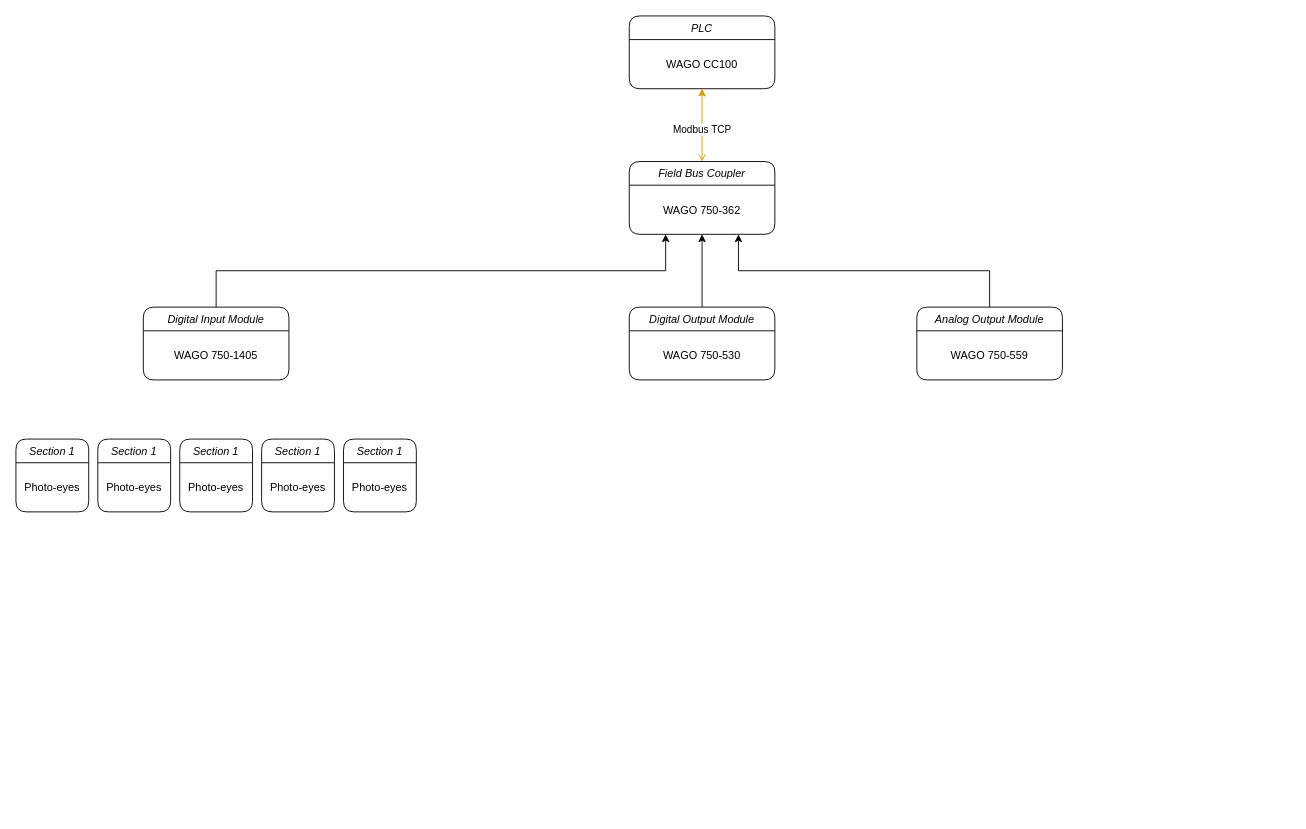
bactran1/AMZ-FlowControl keeps this draw.io diagram as Untitled Diagram.drawio. Above is the earlier version. Source tidied: cells renumbered, new cells numbered last; positions are measured from the earlier drawing's top-left corner, leaving out a move shared by most shapes. Both pictures are drawn from the tidied source at 91%, with x=0, y=0 at pixel (15, 15).
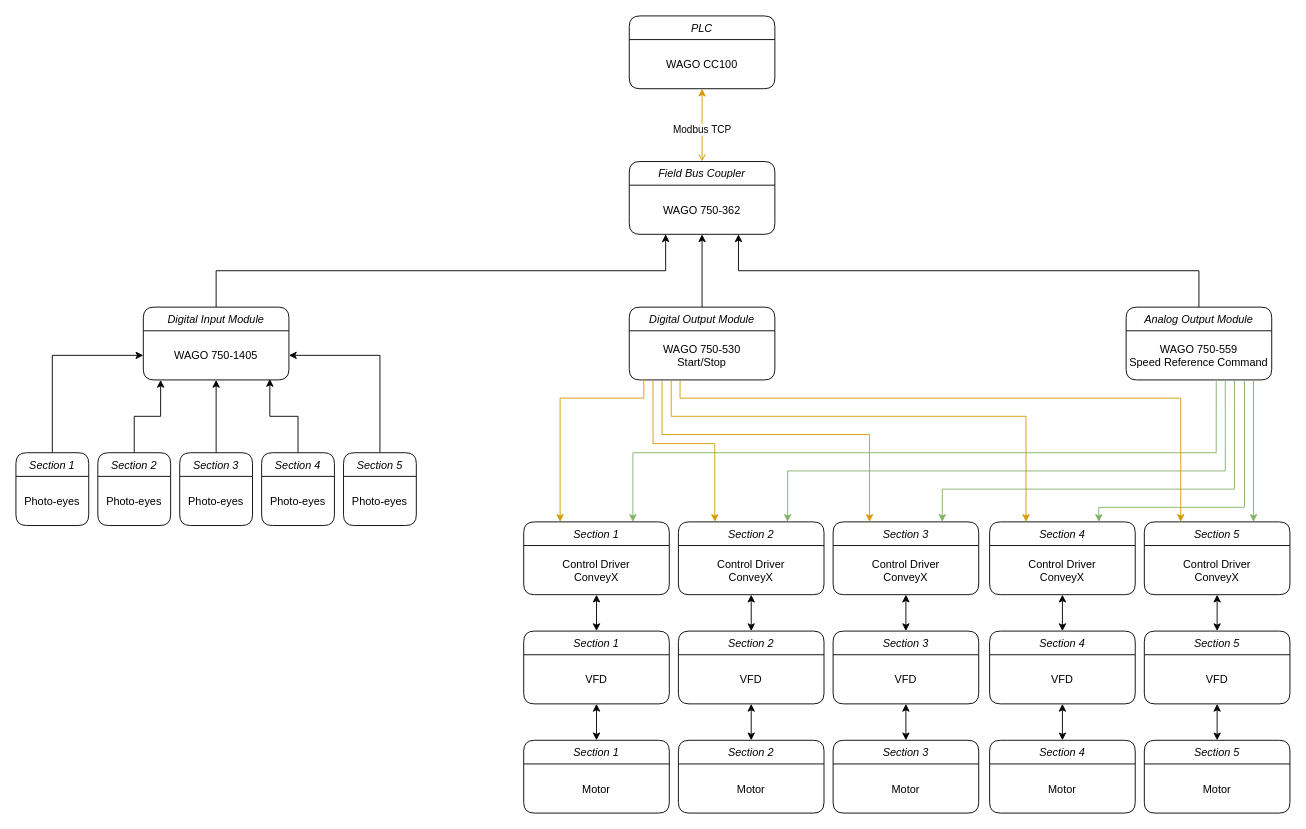
The same page after the edit.

The change refers to these unchanged cells:
```xml
<mxCell id="11" value="WAGO 750-1405" style="text;align=center;verticalAlign=middle;spacingLeft=4;spacingRight=4;overflow=hidden;points=[[0,0.5],[1,0.5]];portConstraint=eastwest;rounded=0;shadow=0;html=0;" parent="10" vertex="1">
  <mxGeometry y="26" width="160" height="54" as="geometry" />
</mxCell>
<mxCell id="13" value="Digital Output Module" style="swimlane;fontStyle=2;align=center;verticalAlign=top;horizontal=1;startSize=26;rounded=1;shadow=0;strokeWidth=1;" parent="1" vertex="1">
  <mxGeometry x="674" y="320" width="160" height="80" as="geometry" />
</mxCell>
```

The edit, as a diff of the source:
```diff
@@
-    <mxCell id="14" value="WAGO 750-530" style="text;align=center;verticalAlign=middle;spacingLeft=4;spacingRight=4;overflow=hidden;points=[[0,0.5],[1,0.5]];portConstraint=eastwest;rounded=0;shadow=0;html=0;" parent="13" vertex="1">
+    <mxCell id="14" value="WAGO 750-530&#10;Start/Stop" style="text;align=center;verticalAlign=middle;spacingLeft=4;spacingRight=4;overflow=hidden;points=[[0,0.5],[1,0.5]];portConstraint=eastwest;rounded=0;shadow=0;html=0;" parent="13" vertex="1">
       <mxGeometry y="26" width="160" height="54" as="geometry" />
     </mxCell>
@@
     <mxCell id="16" value="Analog Output Module" style="swimlane;fontStyle=2;align=center;verticalAlign=top;horizontal=1;startSize=26;rounded=1;shadow=0;strokeWidth=1;" parent="1" vertex="1">
-      <mxGeometry x="990" y="320" width="160" height="80" as="geometry" />
+      <mxGeometry x="1220" y="320" width="160" height="80" as="geometry" />
     </mxCell>
-    <mxCell id="17" value="WAGO 750-559" style="text;align=center;verticalAlign=middle;spacingLeft=4;spacingRight=4;overflow=hidden;points=[[0,0.5],[1,0.5]];portConstraint=eastwest;rounded=0;shadow=0;html=0;" parent="16" vertex="1">
+    <mxCell id="17" value="WAGO 750-559&#10;Speed Reference Command" style="text;align=center;verticalAlign=middle;spacingLeft=4;spacingRight=4;overflow=hidden;points=[[0,0.5],[1,0.5]];portConstraint=eastwest;rounded=0;shadow=0;html=0;" parent="16" vertex="1">
       <mxGeometry y="26" width="160" height="54" as="geometry" />
     </mxCell>
+    <mxCell id="28" style="edgeStyle=orthogonalEdgeStyle;rounded=0;jettySize=auto;html=1;exitX=0.5;exitY=0;exitDx=0;exitDy=0;entryX=0;entryY=0.5;entryDx=0;entryDy=0;" parent="1" edge="1" source="18" target="11">
+      <mxGeometry relative="1" as="geometry" />
+    </mxCell>
     <mxCell id="18" value="Section 1" style="swimlane;fontStyle=2;align=center;verticalAlign=top;horizontal=1;startSize=26;rounded=1;shadow=0;strokeWidth=1;" parent="1" vertex="1">
-      <mxGeometry y="465" width="80" height="80" as="geometry" />
+      <mxGeometry y="480" width="80" height="80" as="geometry" />
     </mxCell>
@@
+    <mxCell id="29" style="edgeStyle=orthogonalEdgeStyle;rounded=0;jettySize=auto;html=1;exitX=0.5;exitY=0;exitDx=0;exitDy=0;entryX=0.119;entryY=1;entryDx=0;entryDy=0;entryPerimeter=0;" parent="1" edge="1" source="20" target="11">
+      <mxGeometry relative="1" as="geometry" />
+    </mxCell>
-    <mxCell id="20" value="Section 1" style="swimlane;fontStyle=2;align=center;verticalAlign=top;horizontal=1;startSize=26;rounded=1;shadow=0;strokeWidth=1;" parent="1" vertex="1">
-      <mxGeometry x="90" y="465" width="80" height="80" as="geometry" />
+    <mxCell id="20" value="Section 2" style="swimlane;fontStyle=2;align=center;verticalAlign=top;horizontal=1;startSize=26;rounded=1;shadow=0;strokeWidth=1;" parent="1" vertex="1">
+      <mxGeometry x="90" y="480" width="80" height="80" as="geometry" />
     </mxCell>
@@
+    <mxCell id="30" style="edgeStyle=orthogonalEdgeStyle;rounded=0;jettySize=auto;html=1;exitX=0.5;exitY=0;exitDx=0;exitDy=0;entryX=0.5;entryY=1;entryDx=0;entryDy=0;entryPerimeter=0;" parent="1" edge="1" source="22" target="11">
+      <mxGeometry relative="1" as="geometry" />
+    </mxCell>
-    <mxCell id="22" value="Section 1" style="swimlane;fontStyle=2;align=center;verticalAlign=top;horizontal=1;startSize=26;rounded=1;shadow=0;strokeWidth=1;" parent="1" vertex="1">
-      <mxGeometry x="180" y="465" width="80" height="80" as="geometry" />
+    <mxCell id="22" value="Section 3" style="swimlane;fontStyle=2;align=center;verticalAlign=top;horizontal=1;startSize=26;rounded=1;shadow=0;strokeWidth=1;" parent="1" vertex="1">
+      <mxGeometry x="180" y="480" width="80" height="80" as="geometry" />
     </mxCell>
@@
+    <mxCell id="31" style="edgeStyle=orthogonalEdgeStyle;rounded=0;jettySize=auto;html=1;exitX=0.5;exitY=0;exitDx=0;exitDy=0;entryX=0.869;entryY=0.981;entryDx=0;entryDy=0;entryPerimeter=0;" parent="1" edge="1" source="24" target="11">
+      <mxGeometry relative="1" as="geometry">
+        <Array as="points">
+          <mxPoint x="310" y="440" />
+          <mxPoint x="279" y="440" />
+        </Array>
+      </mxGeometry>
+    </mxCell>
-    <mxCell id="24" value="Section 1" style="swimlane;fontStyle=2;align=center;verticalAlign=top;horizontal=1;startSize=26;rounded=1;shadow=0;strokeWidth=1;" parent="1" vertex="1">
-      <mxGeometry x="270" y="465" width="80" height="80" as="geometry" />
+    <mxCell id="24" value="Section 4" style="swimlane;fontStyle=2;align=center;verticalAlign=top;horizontal=1;startSize=26;rounded=1;shadow=0;strokeWidth=1;" parent="1" vertex="1">
+      <mxGeometry x="270" y="480" width="80" height="80" as="geometry" />
     </mxCell>
@@
+    <mxCell id="32" style="edgeStyle=orthogonalEdgeStyle;rounded=0;jettySize=auto;html=1;exitX=0.5;exitY=0;exitDx=0;exitDy=0;entryX=1;entryY=0.5;entryDx=0;entryDy=0;" parent="1" edge="1" source="26" target="11">
+      <mxGeometry relative="1" as="geometry" />
+    </mxCell>
-    <mxCell id="26" value="Section 1" style="swimlane;fontStyle=2;align=center;verticalAlign=top;horizontal=1;startSize=26;rounded=1;shadow=0;strokeWidth=1;" parent="1" vertex="1">
-      <mxGeometry x="360" y="465" width="80" height="80" as="geometry" />
+    <mxCell id="26" value="Section 5" style="swimlane;fontStyle=2;align=center;verticalAlign=top;horizontal=1;startSize=26;rounded=1;shadow=0;strokeWidth=1;" parent="1" vertex="1">
+      <mxGeometry x="360" y="480" width="80" height="80" as="geometry" />
     </mxCell>
@@
+    <mxCell id="33" style="edgeStyle=orthogonalEdgeStyle;rounded=0;jettySize=auto;html=1;exitX=0.75;exitY=0;exitDx=0;exitDy=0;entryX=0.619;entryY=0.981;entryDx=0;entryDy=0;entryPerimeter=0;startArrow=classic;startFill=1;endArrow=none;endFill=0;fillColor=#d5e8d4;strokeColor=#82b366;" parent="1" edge="1" source="35" target="17">
+      <mxGeometry relative="1" as="geometry">
+        <Array as="points">
+          <mxPoint x="678" y="480" />
+          <mxPoint x="1319" y="480" />
+        </Array>
+      </mxGeometry>
+    </mxCell>
+    <mxCell id="34" style="edgeStyle=orthogonalEdgeStyle;rounded=0;jettySize=auto;html=1;exitX=0.25;exitY=0;exitDx=0;exitDy=0;entryX=0.081;entryY=1;entryDx=0;entryDy=0;entryPerimeter=0;startArrow=classic;startFill=1;endArrow=none;endFill=0;fillColor=#ffe6cc;strokeColor=#d79b00;" parent="1" edge="1" source="35" target="14">
+      <mxGeometry relative="1" as="geometry">
+        <Array as="points">
+          <mxPoint x="598" y="420" />
+          <mxPoint x="690" y="420" />
+          <mxPoint x="690" y="400" />
+        </Array>
+      </mxGeometry>
+    </mxCell>
+    <mxCell id="35" value="Section 1" style="swimlane;fontStyle=2;align=center;verticalAlign=top;horizontal=1;startSize=26;rounded=1;shadow=0;strokeWidth=1;" parent="1" vertex="1">
+      <mxGeometry x="558" y="556" width="160" height="80" as="geometry" />
+    </mxCell>
+    <mxCell id="36" value="Control Driver&#10;ConveyX" style="text;align=center;verticalAlign=middle;spacingLeft=4;spacingRight=4;overflow=hidden;rounded=0;shadow=0;html=0;" parent="35" vertex="1">
+      <mxGeometry y="26" width="160" height="54" as="geometry" />
+    </mxCell>
+    <mxCell id="37" style="edgeStyle=orthogonalEdgeStyle;rounded=0;jettySize=auto;html=1;exitX=0.75;exitY=0;exitDx=0;exitDy=0;entryX=0.681;entryY=1.019;entryDx=0;entryDy=0;entryPerimeter=0;startArrow=classic;startFill=1;endArrow=none;endFill=0;fillColor=#d5e8d4;strokeColor=#82b366;" parent="1" edge="1" source="39" target="17">
+      <mxGeometry relative="1" as="geometry">
+        <Array as="points">
+          <mxPoint x="848" y="500" />
+          <mxPoint x="1329" y="500" />
+        </Array>
+      </mxGeometry>
+    </mxCell>
+    <mxCell id="38" style="edgeStyle=orthogonalEdgeStyle;rounded=0;jettySize=auto;html=1;exitX=0.25;exitY=0;exitDx=0;exitDy=0;entryX=0.163;entryY=1;entryDx=0;entryDy=0;entryPerimeter=0;startArrow=classic;startFill=1;endArrow=none;endFill=0;fillColor=#ffe6cc;strokeColor=#d79b00;" parent="1" edge="1" source="39" target="14">
+      <mxGeometry relative="1" as="geometry">
+        <Array as="points">
+          <mxPoint x="768" y="470" />
+          <mxPoint x="700" y="470" />
+        </Array>
+      </mxGeometry>
+    </mxCell>
+    <mxCell id="39" value="Section 2" style="swimlane;fontStyle=2;align=center;verticalAlign=top;horizontal=1;startSize=26;rounded=1;shadow=0;strokeWidth=1;" parent="1" vertex="1">
+      <mxGeometry x="728" y="556" width="160" height="80" as="geometry" />
+    </mxCell>
+    <mxCell id="40" value="Control Driver&#10;ConveyX" style="text;align=center;verticalAlign=middle;spacingLeft=4;spacingRight=4;overflow=hidden;rounded=0;shadow=0;html=0;" parent="39" vertex="1">
+      <mxGeometry y="26" width="160" height="54" as="geometry" />
+    </mxCell>
+    <mxCell id="41" style="edgeStyle=orthogonalEdgeStyle;rounded=0;jettySize=auto;html=1;exitX=0.75;exitY=0;exitDx=0;exitDy=0;entryX=0.744;entryY=1;entryDx=0;entryDy=0;entryPerimeter=0;startArrow=classic;startFill=1;endArrow=none;endFill=0;fillColor=#d5e8d4;strokeColor=#82b366;" parent="1" edge="1" source="43" target="17">
+      <mxGeometry relative="1" as="geometry">
+        <Array as="points">
+          <mxPoint x="1018" y="520" />
+          <mxPoint x="1339" y="520" />
+        </Array>
+      </mxGeometry>
+    </mxCell>
+    <mxCell id="42" style="edgeStyle=orthogonalEdgeStyle;rounded=0;jettySize=auto;html=1;exitX=0.25;exitY=0;exitDx=0;exitDy=0;entryX=0.225;entryY=1.019;entryDx=0;entryDy=0;entryPerimeter=0;startArrow=classic;startFill=1;endArrow=none;endFill=0;fillColor=#ffe6cc;strokeColor=#d79b00;" parent="1" edge="1" source="43" target="14">
+      <mxGeometry relative="1" as="geometry">
+        <Array as="points">
+          <mxPoint x="938" y="460" />
+          <mxPoint x="710" y="460" />
+        </Array>
+      </mxGeometry>
+    </mxCell>
+    <mxCell id="43" value="Section 3" style="swimlane;fontStyle=2;align=center;verticalAlign=top;horizontal=1;startSize=26;rounded=1;shadow=0;strokeWidth=1;" parent="1" vertex="1">
+      <mxGeometry x="898" y="556" width="160" height="80" as="geometry" />
+    </mxCell>
+    <mxCell id="44" value="Control Driver&#10;ConveyX" style="text;align=center;verticalAlign=middle;spacingLeft=4;spacingRight=4;overflow=hidden;rounded=0;shadow=0;html=0;" parent="43" vertex="1">
+      <mxGeometry y="26" width="160" height="54" as="geometry" />
+    </mxCell>
+    <mxCell id="45" style="edgeStyle=orthogonalEdgeStyle;rounded=0;jettySize=auto;html=1;exitX=0.75;exitY=0;exitDx=0;exitDy=0;entryX=0.813;entryY=1.019;entryDx=0;entryDy=0;entryPerimeter=0;startArrow=classic;startFill=1;endArrow=none;endFill=0;fillColor=#d5e8d4;strokeColor=#82b366;" parent="1" edge="1" source="47" target="17">
+      <mxGeometry relative="1" as="geometry">
+        <Array as="points">
+          <mxPoint x="1190" y="540" />
+          <mxPoint x="1350" y="540" />
+        </Array>
+      </mxGeometry>
+    </mxCell>
+    <mxCell id="46" style="edgeStyle=orthogonalEdgeStyle;rounded=0;jettySize=auto;html=1;exitX=0.25;exitY=0;exitDx=0;exitDy=0;entryX=0.288;entryY=1.019;entryDx=0;entryDy=0;entryPerimeter=0;startArrow=classic;startFill=1;endArrow=none;endFill=0;fillColor=#ffe6cc;strokeColor=#d79b00;" parent="1" edge="1" source="47" target="14">
+      <mxGeometry relative="1" as="geometry">
+        <Array as="points">
+          <mxPoint x="1110" y="440" />
+          <mxPoint x="720" y="440" />
+        </Array>
+      </mxGeometry>
+    </mxCell>
+    <mxCell id="47" value="Section 4" style="swimlane;fontStyle=2;align=center;verticalAlign=top;horizontal=1;startSize=26;rounded=1;shadow=0;strokeWidth=1;" parent="1" vertex="1">
+      <mxGeometry x="1070" y="556" width="160" height="80" as="geometry" />
+    </mxCell>
+    <mxCell id="48" value="Control Driver&#10;ConveyX" style="text;align=center;verticalAlign=middle;spacingLeft=4;spacingRight=4;overflow=hidden;rounded=0;shadow=0;html=0;" parent="47" vertex="1">
+      <mxGeometry y="26" width="160" height="54" as="geometry" />
+    </mxCell>
+    <mxCell id="49" style="edgeStyle=orthogonalEdgeStyle;rounded=0;jettySize=auto;html=1;exitX=0.75;exitY=0;exitDx=0;exitDy=0;entryX=0.875;entryY=1.019;entryDx=0;entryDy=0;entryPerimeter=0;startArrow=classic;startFill=1;endArrow=none;endFill=0;fillColor=#d5e8d4;strokeColor=#82b366;" parent="1" edge="1" source="51" target="17">
+      <mxGeometry relative="1" as="geometry" />
+    </mxCell>
+    <mxCell id="50" style="edgeStyle=orthogonalEdgeStyle;rounded=0;jettySize=auto;html=1;exitX=0.25;exitY=0;exitDx=0;exitDy=0;entryX=0.349;entryY=1.019;entryDx=0;entryDy=0;entryPerimeter=0;startArrow=classic;startFill=1;endArrow=none;endFill=0;fillColor=#ffe6cc;strokeColor=#d79b00;" parent="1" edge="1" source="51" target="14">
+      <mxGeometry relative="1" as="geometry">
+        <Array as="points">
+          <mxPoint x="1280" y="420" />
+          <mxPoint x="730" y="420" />
+        </Array>
+      </mxGeometry>
+    </mxCell>
+    <mxCell id="51" value="Section 5" style="swimlane;fontStyle=2;align=center;verticalAlign=top;horizontal=1;startSize=26;rounded=1;shadow=0;strokeWidth=1;" parent="1" vertex="1">
+      <mxGeometry x="1240" y="556" width="160" height="80" as="geometry" />
+    </mxCell>
+    <mxCell id="52" value="Control Driver&#10;ConveyX" style="text;align=center;verticalAlign=middle;spacingLeft=4;spacingRight=4;overflow=hidden;rounded=0;shadow=0;html=0;" parent="51" vertex="1">
+      <mxGeometry y="26" width="160" height="54" as="geometry" />
+    </mxCell>
+    <mxCell id="53" style="edgeStyle=orthogonalEdgeStyle;rounded=0;jettySize=auto;html=1;exitX=0.5;exitY=0;exitDx=0;exitDy=0;startArrow=classic;startFill=1;" parent="1" edge="1" source="54" target="35">
+      <mxGeometry relative="1" as="geometry" />
+    </mxCell>
+    <mxCell id="54" value="Section 1" style="swimlane;fontStyle=2;align=center;verticalAlign=top;horizontal=1;startSize=26;rounded=1;shadow=0;strokeWidth=1;" parent="1" vertex="1">
+      <mxGeometry x="558" y="676" width="160" height="80" as="geometry" />
+    </mxCell>
+    <mxCell id="55" value="VFD" style="text;align=center;verticalAlign=middle;spacingLeft=4;spacingRight=4;overflow=hidden;points=[[0,0.5],[1,0.5]];portConstraint=eastwest;rounded=0;shadow=0;html=0;" parent="54" vertex="1">
+      <mxGeometry y="26" width="160" height="54" as="geometry" />
+    </mxCell>
+    <mxCell id="56" style="edgeStyle=orthogonalEdgeStyle;rounded=0;jettySize=auto;html=1;exitX=0.5;exitY=0;exitDx=0;exitDy=0;startArrow=classic;startFill=1;" parent="1" edge="1" source="57" target="39">
+      <mxGeometry relative="1" as="geometry" />
+    </mxCell>
+    <mxCell id="57" value="Section 2" style="swimlane;fontStyle=2;align=center;verticalAlign=top;horizontal=1;startSize=26;rounded=1;shadow=0;strokeWidth=1;" parent="1" vertex="1">
+      <mxGeometry x="728" y="676" width="160" height="80" as="geometry" />
+    </mxCell>
+    <mxCell id="58" value="VFD" style="text;align=center;verticalAlign=middle;spacingLeft=4;spacingRight=4;overflow=hidden;rounded=0;shadow=0;html=0;" parent="57" vertex="1">
+      <mxGeometry y="26" width="160" height="54" as="geometry" />
+    </mxCell>
+    <mxCell id="59" style="edgeStyle=orthogonalEdgeStyle;rounded=0;jettySize=auto;html=1;exitX=0.5;exitY=0;exitDx=0;exitDy=0;startArrow=classic;startFill=1;" parent="1" edge="1" source="60" target="43">
+      <mxGeometry relative="1" as="geometry" />
+    </mxCell>
+    <mxCell id="60" value="Section 3" style="swimlane;fontStyle=2;align=center;verticalAlign=top;horizontal=1;startSize=26;rounded=1;shadow=0;strokeWidth=1;" parent="1" vertex="1">
+      <mxGeometry x="898" y="676" width="160" height="80" as="geometry" />
+    </mxCell>
+    <mxCell id="61" value="VFD" style="text;align=center;verticalAlign=middle;spacingLeft=4;spacingRight=4;overflow=hidden;rounded=0;shadow=0;html=0;" parent="60" vertex="1">
+      <mxGeometry y="26" width="160" height="54" as="geometry" />
+    </mxCell>
+    <mxCell id="62" style="edgeStyle=orthogonalEdgeStyle;rounded=0;jettySize=auto;html=1;exitX=0.5;exitY=0;exitDx=0;exitDy=0;startArrow=classic;startFill=1;" parent="1" edge="1" source="63" target="47">
+      <mxGeometry relative="1" as="geometry" />
+    </mxCell>
+    <mxCell id="63" value="Section 4" style="swimlane;fontStyle=2;align=center;verticalAlign=top;horizontal=1;startSize=26;rounded=1;shadow=0;strokeWidth=1;" parent="1" vertex="1">
+      <mxGeometry x="1070" y="676" width="160" height="80" as="geometry" />
+    </mxCell>
+    <mxCell id="64" value="VFD" style="text;align=center;verticalAlign=middle;spacingLeft=4;spacingRight=4;overflow=hidden;rounded=0;shadow=0;html=0;" parent="63" vertex="1">
+      <mxGeometry y="26" width="160" height="54" as="geometry" />
+    </mxCell>
+    <mxCell id="65" style="edgeStyle=orthogonalEdgeStyle;rounded=0;jettySize=auto;html=1;exitX=0.5;exitY=0;exitDx=0;exitDy=0;startArrow=classic;startFill=1;" parent="1" edge="1" source="66" target="51">
+      <mxGeometry relative="1" as="geometry" />
+    </mxCell>
+    <mxCell id="66" value="Section 5" style="swimlane;fontStyle=2;align=center;verticalAlign=top;horizontal=1;startSize=26;rounded=1;shadow=0;strokeWidth=1;" parent="1" vertex="1">
+      <mxGeometry x="1240" y="676" width="160" height="80" as="geometry" />
+    </mxCell>
+    <mxCell id="67" value="VFD" style="text;align=center;verticalAlign=middle;spacingLeft=4;spacingRight=4;overflow=hidden;rounded=0;shadow=0;html=0;" parent="66" vertex="1">
+      <mxGeometry y="26" width="160" height="54" as="geometry" />
+    </mxCell>
+    <mxCell id="68" style="edgeStyle=orthogonalEdgeStyle;rounded=0;jettySize=auto;html=1;exitX=0.5;exitY=0;exitDx=0;exitDy=0;entryX=0.5;entryY=1;entryDx=0;entryDy=0;entryPerimeter=0;startArrow=classic;startFill=1;" parent="1" edge="1" source="69" target="55">
+      <mxGeometry relative="1" as="geometry" />
+    </mxCell>
+    <mxCell id="69" value="Section 1" style="swimlane;fontStyle=2;align=center;verticalAlign=top;horizontal=1;startSize=26;rounded=1;shadow=0;strokeWidth=1;" parent="1" vertex="1">
+      <mxGeometry x="558" y="796" width="160" height="80" as="geometry" />
+    </mxCell>
+    <mxCell id="70" value="Motor" style="text;align=center;verticalAlign=middle;spacingLeft=4;spacingRight=4;overflow=hidden;rounded=0;shadow=0;html=0;" parent="69" vertex="1">
+      <mxGeometry y="26" width="160" height="54" as="geometry" />
+    </mxCell>
+    <mxCell id="71" style="edgeStyle=orthogonalEdgeStyle;rounded=0;jettySize=auto;html=1;startArrow=classic;startFill=1;" parent="1" edge="1" source="72" target="57">
+      <mxGeometry relative="1" as="geometry" />
+    </mxCell>
+    <mxCell id="72" value="Section 2" style="swimlane;fontStyle=2;align=center;verticalAlign=top;horizontal=1;startSize=26;rounded=1;shadow=0;strokeWidth=1;" parent="1" vertex="1">
+      <mxGeometry x="728" y="796" width="160" height="80" as="geometry" />
+    </mxCell>
+    <mxCell id="73" value="Motor" style="text;align=center;verticalAlign=middle;spacingLeft=4;spacingRight=4;overflow=hidden;rounded=0;shadow=0;html=0;" parent="72" vertex="1">
+      <mxGeometry y="26" width="160" height="54" as="geometry" />
+    </mxCell>
+    <mxCell id="74" style="edgeStyle=orthogonalEdgeStyle;rounded=0;jettySize=auto;html=1;startArrow=classic;startFill=1;" parent="1" edge="1" source="75" target="60">
+      <mxGeometry relative="1" as="geometry" />
+    </mxCell>
+    <mxCell id="75" value="Section 3" style="swimlane;fontStyle=2;align=center;verticalAlign=top;horizontal=1;startSize=26;rounded=1;shadow=0;strokeWidth=1;" parent="1" vertex="1">
+      <mxGeometry x="898" y="796" width="160" height="80" as="geometry" />
+    </mxCell>
+    <mxCell id="76" value="Motor" style="text;align=center;verticalAlign=middle;spacingLeft=4;spacingRight=4;overflow=hidden;rounded=0;shadow=0;html=0;" parent="75" vertex="1">
+      <mxGeometry y="26" width="160" height="54" as="geometry" />
+    </mxCell>
+    <mxCell id="77" style="edgeStyle=orthogonalEdgeStyle;rounded=0;jettySize=auto;html=1;startArrow=classic;startFill=1;" parent="1" edge="1" source="78" target="63">
+      <mxGeometry relative="1" as="geometry" />
+    </mxCell>
+    <mxCell id="78" value="Section 4" style="swimlane;fontStyle=2;align=center;verticalAlign=top;horizontal=1;startSize=26;rounded=1;shadow=0;strokeWidth=1;" parent="1" vertex="1">
+      <mxGeometry x="1070" y="796" width="160" height="80" as="geometry" />
+    </mxCell>
+    <mxCell id="79" value="Motor" style="text;align=center;verticalAlign=middle;spacingLeft=4;spacingRight=4;overflow=hidden;rounded=0;shadow=0;html=0;" parent="78" vertex="1">
+      <mxGeometry y="26" width="160" height="54" as="geometry" />
+    </mxCell>
+    <mxCell id="80" style="edgeStyle=orthogonalEdgeStyle;rounded=0;jettySize=auto;html=1;startArrow=classic;startFill=1;" parent="1" edge="1" source="81" target="66">
+      <mxGeometry relative="1" as="geometry" />
+    </mxCell>
+    <mxCell id="81" value="Section 5" style="swimlane;fontStyle=2;align=center;verticalAlign=top;horizontal=1;startSize=26;rounded=1;shadow=0;strokeWidth=1;" parent="1" vertex="1">
+      <mxGeometry x="1240" y="796" width="160" height="80" as="geometry" />
+    </mxCell>
+    <mxCell id="82" value="Motor" style="text;align=center;verticalAlign=middle;spacingLeft=4;spacingRight=4;overflow=hidden;rounded=0;shadow=0;html=0;" parent="81" vertex="1">
+      <mxGeometry y="26" width="160" height="54" as="geometry" />
+    </mxCell>
```
